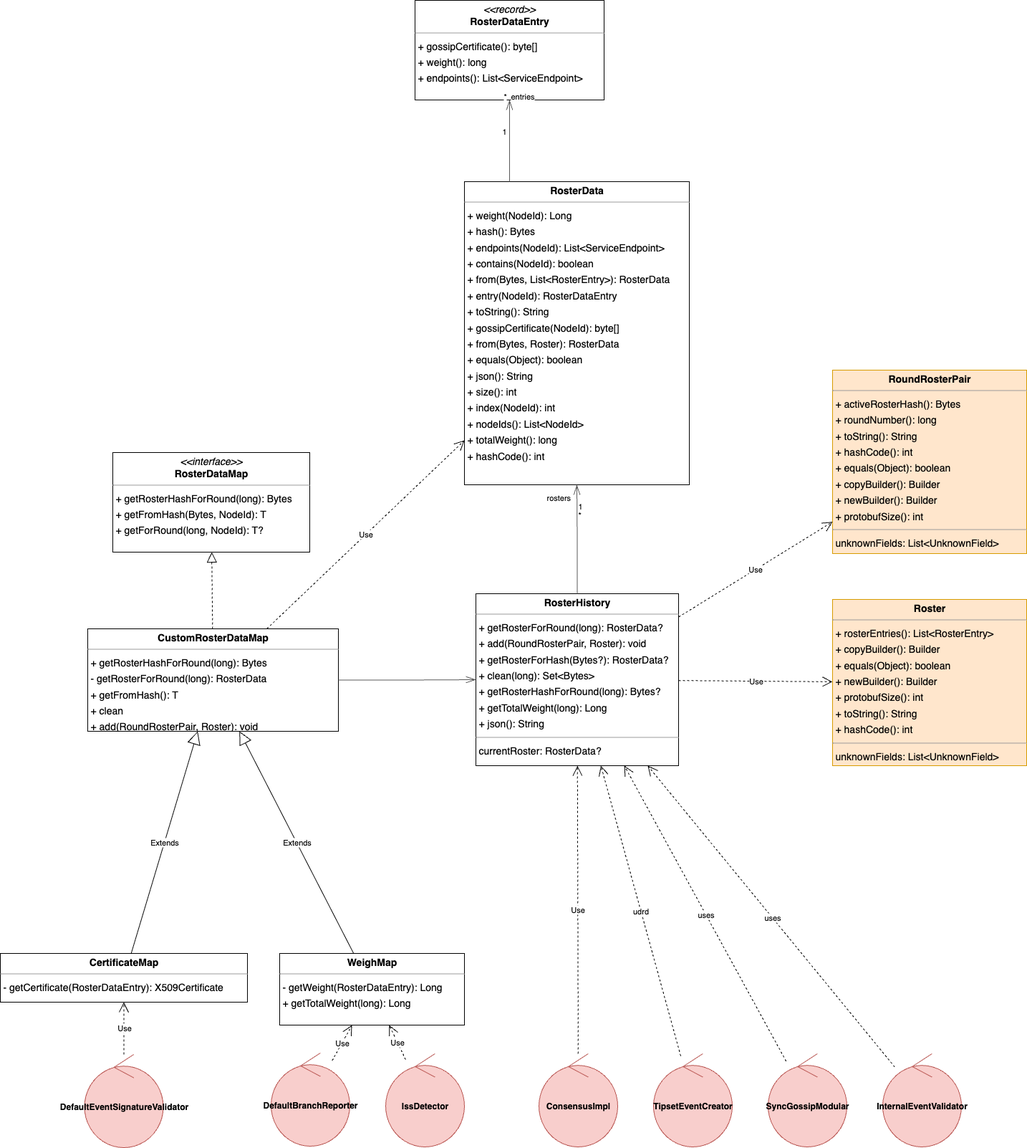
Above: platform-sdk/docs/proposals/roster-refactor/roster-data-all.png in hiero-ledger/hiero-consensus-node (draw.io), before the change. Source tidied: cells renumbered, new cells last; positions are measured from the earlier drawing's top-left corner, leaving out a move shared by most shapes.
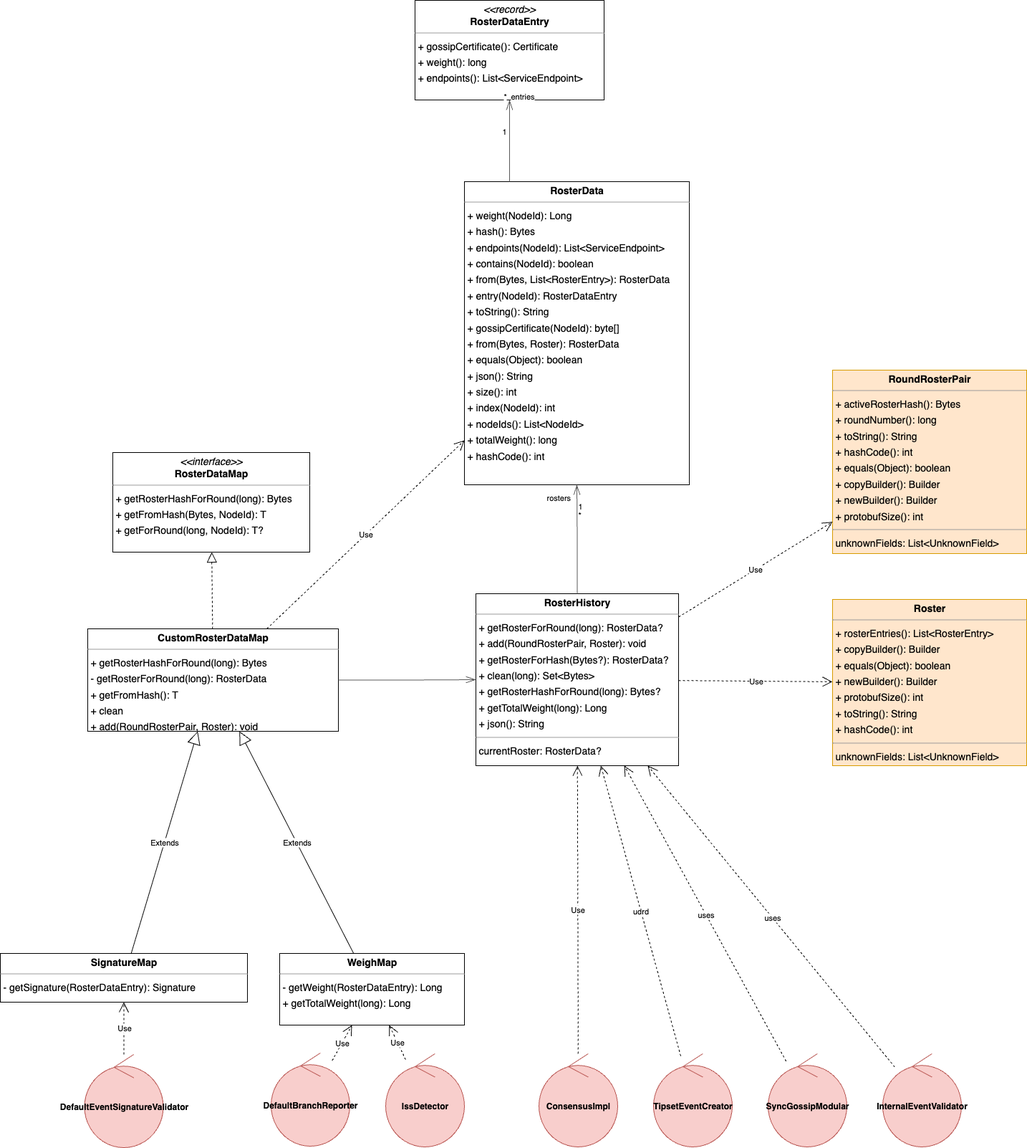
The same diagram one commit later.

What changed in the source:
```diff
@@ -2,7 +2,7 @@
   <root>
     <mxCell id="0" />
     <mxCell id="1" parent="0" />
-    <mxCell id="2" value="&lt;p style=&quot;margin:0px;margin-top:4px;text-align:center;&quot;&gt;&lt;b&gt;CertificateMap&lt;/b&gt;&lt;/p&gt;&lt;hr size=&quot;1&quot;/&gt;&lt;p style=&quot;margin:0 0 0 4px;line-height:1.6;&quot;&gt;- getCertificate(RosterDataEntry): X509Certificate&lt;/p&gt;" style="verticalAlign=top;align=left;overflow=fill;fontSize=14;fontFamily=Helvetica;html=1;rounded=0;shadow=0;comic=0;labelBackgroundColor=none;strokeWidth=1;" parent="1" vertex="1">
+    <mxCell id="2" value="&lt;p style=&quot;margin:0px;margin-top:4px;text-align:center;&quot;&gt;&lt;b&gt;SignatureMap&lt;/b&gt;&lt;/p&gt;&lt;hr size=&quot;1&quot;&gt;&lt;p style=&quot;margin:0 0 0 4px;line-height:1.6;&quot;&gt;- getSignature(RosterDataEntry): Signature&lt;/p&gt;" style="verticalAlign=top;align=left;overflow=fill;fontSize=14;fontFamily=Helvetica;html=1;rounded=0;shadow=0;comic=0;labelBackgroundColor=none;strokeWidth=1;" parent="1" vertex="1">
       <mxGeometry y="1330" width="345" height="68" as="geometry" />
     </mxCell>
     <mxCell id="3" value="&lt;p style=&quot;margin:0px;margin-top:4px;text-align:center;&quot;&gt;&lt;b&gt;Roster&lt;/b&gt;&lt;/p&gt;&lt;hr size=&quot;1&quot;/&gt;&lt;p style=&quot;margin:0 0 0 4px;line-height:1.6;&quot;&gt;+ rosterEntries(): List&amp;lt;RosterEntry&amp;gt;&lt;br/&gt;+ copyBuilder(): Builder&lt;br/&gt;+ equals(Object): boolean&lt;br/&gt;+ newBuilder(): Builder&lt;br/&gt;+ protobufSize(): int&lt;br/&gt;+ toString(): String&lt;br/&gt;+ hashCode(): int&lt;/p&gt;&lt;hr size=&quot;1&quot;/&gt;&lt;p style=&quot;margin:0 0 0 4px;line-height:1.6;&quot;&gt; unknownFields: List&amp;lt;UnknownField&amp;gt;&lt;/p&gt;" style="verticalAlign=top;align=left;overflow=fill;fontSize=14;fontFamily=Helvetica;html=1;rounded=0;shadow=0;comic=0;labelBackgroundColor=none;strokeWidth=1;fillColor=#ffe6cc;strokeColor=#d79b00;" parent="1" vertex="1">
@@ -11,7 +11,7 @@
     <mxCell id="4" value="&lt;p style=&quot;margin:0px;margin-top:4px;text-align:center;&quot;&gt;&lt;b&gt;RosterData&lt;/b&gt;&lt;/p&gt;&lt;hr size=&quot;1&quot;/&gt;&lt;p style=&quot;margin:0 0 0 4px;line-height:1.6;&quot;&gt;+ weight(NodeId): Long&lt;br/&gt;+ hash(): Bytes&lt;br/&gt;+ endpoints(NodeId): List&amp;lt;ServiceEndpoint&amp;gt;&lt;br/&gt;+ contains(NodeId): boolean&lt;br/&gt;+ from(Bytes, List&amp;lt;RosterEntry&amp;gt;): RosterData&lt;br/&gt;+ entry(NodeId): RosterDataEntry&lt;br/&gt;+ toString(): String&lt;br/&gt;+ gossipCertificate(NodeId): byte[]&lt;br/&gt;+ from(Bytes, Roster): RosterData&lt;br/&gt;+ equals(Object): boolean&lt;br/&gt;+ json(): String&lt;br/&gt;+ size(): int&lt;br/&gt;+ index(NodeId): int&lt;br/&gt;+ nodeIds(): List&amp;lt;NodeId&amp;gt;&lt;br/&gt;+ totalWeight(): long&lt;br/&gt;+ hashCode(): int&lt;/p&gt;" style="verticalAlign=top;align=left;overflow=fill;fontSize=14;fontFamily=Helvetica;html=1;rounded=0;shadow=0;comic=0;labelBackgroundColor=none;strokeWidth=1;" parent="1" vertex="1">
       <mxGeometry x="648" y="253" width="314" height="423" as="geometry" />
     </mxCell>
-    <mxCell id="5" value="&lt;p style=&quot;margin:0px;margin-top:4px;text-align:center;&quot;&gt;&lt;i&gt;&amp;lt;&amp;lt;record&amp;gt;&amp;gt;&lt;/i&gt;&lt;br/&gt;&lt;b&gt;RosterDataEntry&lt;/b&gt;&lt;/p&gt;&lt;hr size=&quot;1&quot;/&gt;&lt;p style=&quot;margin:0 0 0 4px;line-height:1.6;&quot;&gt;+ gossipCertificate(): byte[]&lt;br/&gt;+ weight(): long&lt;br/&gt;+ endpoints(): List&amp;lt;ServiceEndpoint&amp;gt;&lt;/p&gt;" style="verticalAlign=top;align=left;overflow=fill;fontSize=14;fontFamily=Helvetica;html=1;rounded=0;shadow=0;comic=0;labelBackgroundColor=none;strokeWidth=1;" parent="1" vertex="1">
+    <mxCell id="5" value="&lt;p style=&quot;margin:0px;margin-top:4px;text-align:center;&quot;&gt;&lt;i&gt;&amp;lt;&amp;lt;record&amp;gt;&amp;gt;&lt;/i&gt;&lt;br&gt;&lt;b&gt;RosterDataEntry&lt;/b&gt;&lt;/p&gt;&lt;hr size=&quot;1&quot;&gt;&lt;p style=&quot;margin:0 0 0 4px;line-height:1.6;&quot;&gt;+ gossipCertificate(): Certificate&lt;br&gt;+ weight(): long&lt;br&gt;+ endpoints(): List&amp;lt;ServiceEndpoint&amp;gt;&lt;/p&gt;" style="verticalAlign=top;align=left;overflow=fill;fontSize=14;fontFamily=Helvetica;html=1;rounded=0;shadow=0;comic=0;labelBackgroundColor=none;strokeWidth=1;" parent="1" vertex="1">
       <mxGeometry x="579" width="264" height="139" as="geometry" />
     </mxCell>
     <mxCell id="6" value="&lt;p style=&quot;margin:0px;margin-top:4px;text-align:center;&quot;&gt;&lt;i&gt;&amp;lt;&amp;lt;interface&amp;gt;&amp;gt;&lt;/i&gt;&lt;br/&gt;&lt;b&gt;RosterDataMap&lt;T&gt;&lt;/b&gt;&lt;/p&gt;&lt;hr size=&quot;1&quot;/&gt;&lt;p style=&quot;margin:0 0 0 4px;line-height:1.6;&quot;&gt;+ getRosterHashForRound(long): Bytes&lt;br/&gt;+ getFromHash(Bytes, NodeId): T&lt;br/&gt;+ getForRound(long, NodeId): T?&lt;/p&gt;" style="verticalAlign=top;align=left;overflow=fill;fontSize=14;fontFamily=Helvetica;html=1;rounded=0;shadow=0;comic=0;labelBackgroundColor=none;strokeWidth=1;" parent="1" vertex="1">
```
